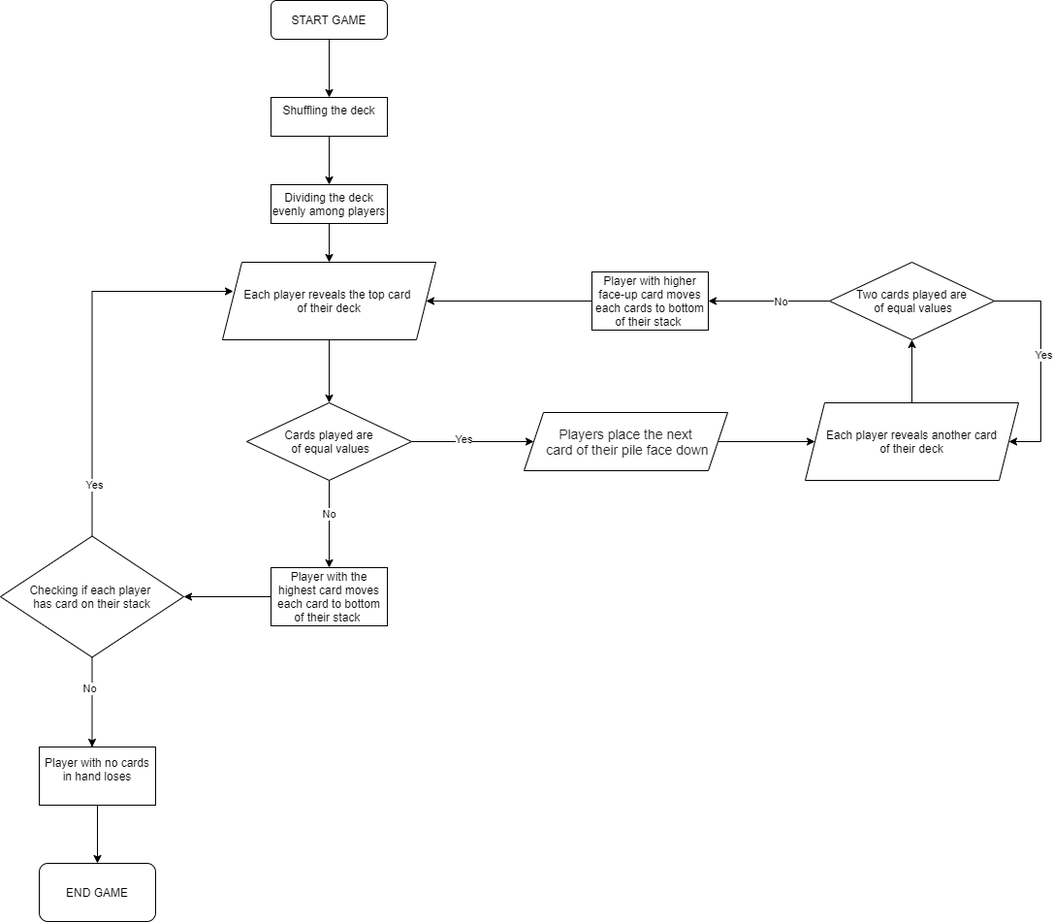
This is war_flowchart.png from Szymon-Skazinski/CHARTS, a draw.io export, as it was before one commit. Source tidied: cells renumbered, new cells last; positions are measured from the earlier drawing's top-left corner, leaving out a move shared by most shapes.
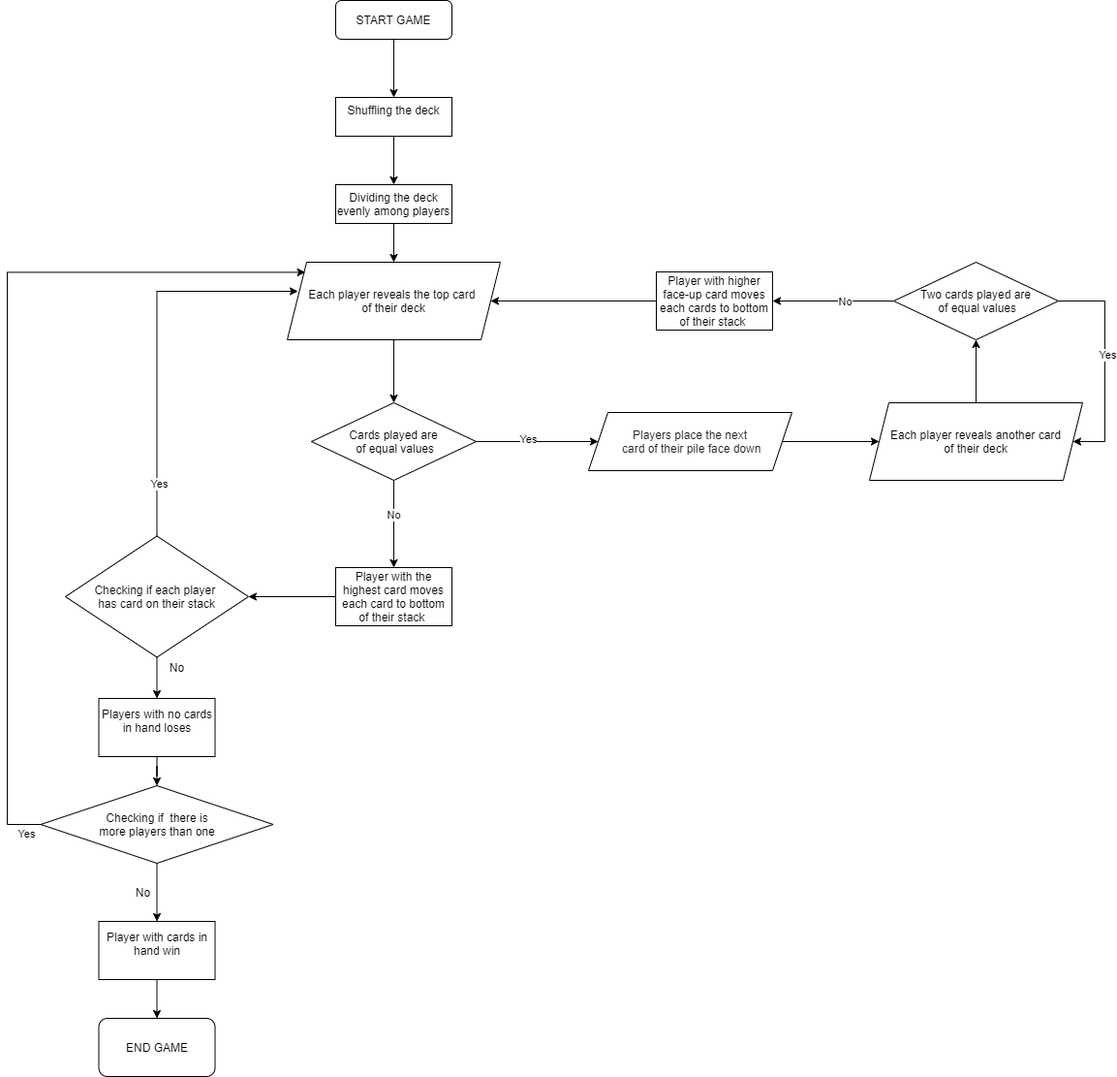
Later version of the same file.

What changed in the source:
```diff
@@ -9,7 +9,7 @@
       <mxGeometry x="279" width="120" height="40" as="geometry" />
     </mxCell>
     <mxCell id="4" value="END GAME" style="whiteSpace=wrap;html=1;rounded=1;shadow=0;strokeWidth=1;glass=0;" parent="1" vertex="1">
-      <mxGeometry x="40" y="890" width="120" height="60" as="geometry" />
+      <mxGeometry x="34.5" y="1050" width="120" height="60" as="geometry" />
     </mxCell>
     <mxCell id="5" style="edgeStyle=orthogonalEdgeStyle;rounded=0;jettySize=auto;html=1;" parent="1" edge="1" source="6" target="8">
       <mxGeometry relative="1" as="geometry" />
@@ -56,17 +56,6 @@
     <mxCell id="19" value="Each player reveals another card&lt;br&gt;of their deck" style="shape=parallelogram;perimeter=parallelogramPerimeter;whiteSpace=wrap;html=1;fixedSize=1;rounded=0;shadow=0;strokeWidth=1;glass=0;" parent="1" vertex="1">
       <mxGeometry x="830" y="415" width="220" height="80" as="geometry" />
     </mxCell>
-    <mxCell id="20" style="edgeStyle=orthogonalEdgeStyle;rounded=0;jettySize=auto;html=1;" parent="1" edge="1" source="24" target="26">
-      <mxGeometry relative="1" as="geometry">
-        <Array as="points">
-          <mxPoint x="95" y="770" />
-          <mxPoint x="95" y="770" />
-        </Array>
-      </mxGeometry>
-    </mxCell>
-    <mxCell id="21" value="No" style="edgeLabel;html=1;align=center;verticalAlign=middle;" parent="20" vertex="1">
-      <mxGeometry x="-0.31" y="-3" relative="1" as="geometry" />
-    </mxCell>
     <mxCell id="22" style="edgeStyle=orthogonalEdgeStyle;rounded=0;jettySize=auto;html=1;entryX=0.05;entryY=0.375;entryDx=0;entryDy=0;entryPerimeter=0;" parent="1" edge="1" source="24" target="10">
       <mxGeometry relative="1" as="geometry">
         <Array as="points">
@@ -77,14 +66,17 @@
     <mxCell id="23" value="Yes" style="edgeLabel;html=1;align=center;verticalAlign=middle;" parent="22" vertex="1">
       <mxGeometry x="-0.73" y="-2" relative="1" as="geometry" />
     </mxCell>
+    <mxCell id="20" style="edgeStyle=orthogonalEdgeStyle;rounded=0;jettySize=auto;html=1;" parent="1" edge="1" source="24" target="26">
+      <mxGeometry relative="1" as="geometry" />
+    </mxCell>
     <mxCell id="24" value="Checking if each player &lt;br&gt;has card on their stack" style="rhombus;whiteSpace=wrap;html=1;rounded=0;shadow=0;strokeWidth=1;glass=0;" parent="1" vertex="1">
       <mxGeometry y="552.5" width="189" height="125" as="geometry" />
     </mxCell>
-    <mxCell id="25" style="edgeStyle=orthogonalEdgeStyle;rounded=0;jettySize=auto;html=1;" parent="1" edge="1" source="26" target="4">
-      <mxGeometry relative="1" as="geometry" />
-    </mxCell>
+    <mxCell id="36" style="edgeStyle=orthogonalEdgeStyle;rounded=0;jettySize=auto;html=1;" parent="1" edge="1" source="26" target="40">
+      <mxGeometry relative="1" as="geometry" />
+    </mxCell>
-    <mxCell id="26" value="&lt;div&gt;Player with no cards in hand loses&lt;/div&gt;&lt;div&gt;&lt;br&gt;&lt;/div&gt;" style="whiteSpace=wrap;html=1;rounded=0;shadow=0;strokeWidth=1;glass=0;" parent="1" vertex="1">
-      <mxGeometry x="40" y="770" width="120" height="60" as="geometry" />
+    <mxCell id="26" value="&lt;div&gt;Players with no cards in hand loses&lt;/div&gt;&lt;div&gt;&lt;br&gt;&lt;/div&gt;" style="whiteSpace=wrap;html=1;rounded=0;shadow=0;strokeWidth=1;glass=0;" parent="1" vertex="1">
+      <mxGeometry x="34.5" y="720" width="120" height="60" as="geometry" />
     </mxCell>
     <mxCell id="27" style="edgeStyle=orthogonalEdgeStyle;rounded=0;jettySize=auto;html=1;entryX=1;entryY=0.5;entryDx=0;entryDy=0;" parent="1" edge="1" source="31" target="19">
       <mxGeometry relative="1" as="geometry">
@@ -115,8 +107,39 @@
     <mxCell id="34" style="edgeStyle=orthogonalEdgeStyle;rounded=0;jettySize=auto;html=1;entryX=0;entryY=0.5;entryDx=0;entryDy=0;" parent="1" edge="1" source="35" target="19">
       <mxGeometry relative="1" as="geometry" />
     </mxCell>
-    <mxCell id="35" value="&lt;span style=&quot;color: rgb(32 , 33 , 34) ; font-family: sans-serif ; font-size: 14px ; background-color: rgb(255 , 255 , 255)&quot;&gt;Players place the next&lt;br&gt;&amp;nbsp;card of their pile face down&lt;/span&gt;" style="shape=parallelogram;perimeter=parallelogramPerimeter;whiteSpace=wrap;html=1;fixedSize=1;rounded=0;shadow=0;strokeWidth=1;glass=0;" parent="1" vertex="1">
+    <mxCell id="35" value="&lt;span style=&quot;color: rgb(32 , 33 , 34) ; font-family: sans-serif ; background-color: rgb(255 , 255 , 255)&quot;&gt;Players place the next&lt;br&gt;&amp;nbsp;card of their pile face down&lt;/span&gt;" style="shape=parallelogram;perimeter=parallelogramPerimeter;whiteSpace=wrap;html=1;fixedSize=1;rounded=0;shadow=0;strokeWidth=1;glass=0;" parent="1" vertex="1">
       <mxGeometry x="540" y="425" width="210" height="60" as="geometry" />
     </mxCell>
+    <mxCell id="37" style="edgeStyle=orthogonalEdgeStyle;rounded=0;jettySize=auto;html=1;entryX=0.085;entryY=0.13;entryDx=0;entryDy=0;entryPerimeter=0;" parent="1" edge="1" source="40" target="10">
+      <mxGeometry relative="1" as="geometry">
+        <Array as="points">
+          <mxPoint x="-60" y="850" />
+          <mxPoint x="-60" y="280" />
+        </Array>
+      </mxGeometry>
+    </mxCell>
+    <mxCell id="38" value="Yes" style="edgeLabel;html=1;align=center;verticalAlign=middle;" parent="37" vertex="1">
+      <mxGeometry x="-0.93" y="-2" relative="1" as="geometry">
+        <mxPoint x="15.2" y="12" as="offset" />
+      </mxGeometry>
+    </mxCell>
+    <mxCell id="39" style="edgeStyle=orthogonalEdgeStyle;rounded=0;jettySize=auto;html=1;" parent="1" edge="1" source="40" target="43">
+      <mxGeometry relative="1" as="geometry" />
+    </mxCell>
+    <mxCell id="40" value="Checking if&amp;nbsp; there is&lt;br&gt;more players than one" style="rhombus;whiteSpace=wrap;html=1;rounded=0;shadow=0;strokeWidth=1;glass=0;" parent="1" vertex="1">
+      <mxGeometry x="-25.5" y="810" width="240" height="80" as="geometry" />
+    </mxCell>
+    <mxCell id="41" value="No" style="text;html=1;align=center;verticalAlign=middle;" parent="1" vertex="1">
+      <mxGeometry x="100" y="677.5" width="30" height="20" as="geometry" />
+    </mxCell>
+    <mxCell id="42" style="edgeStyle=orthogonalEdgeStyle;rounded=0;jettySize=auto;html=1;" parent="1" edge="1" source="43" target="4">
+      <mxGeometry relative="1" as="geometry" />
+    </mxCell>
+    <mxCell id="43" value="&lt;div&gt;Player with cards in hand win&lt;/div&gt;&lt;div&gt;&lt;br&gt;&lt;/div&gt;" style="whiteSpace=wrap;html=1;rounded=0;shadow=0;strokeWidth=1;glass=0;" parent="1" vertex="1">
+      <mxGeometry x="34.5" y="950" width="120" height="60" as="geometry" />
+    </mxCell>
+    <mxCell id="44" value="No" style="text;html=1;align=center;verticalAlign=middle;" parent="1" vertex="1">
+      <mxGeometry x="65" y="910" width="30" height="20" as="geometry" />
+    </mxCell>
   </root>
 </mxGraphModel>
```
